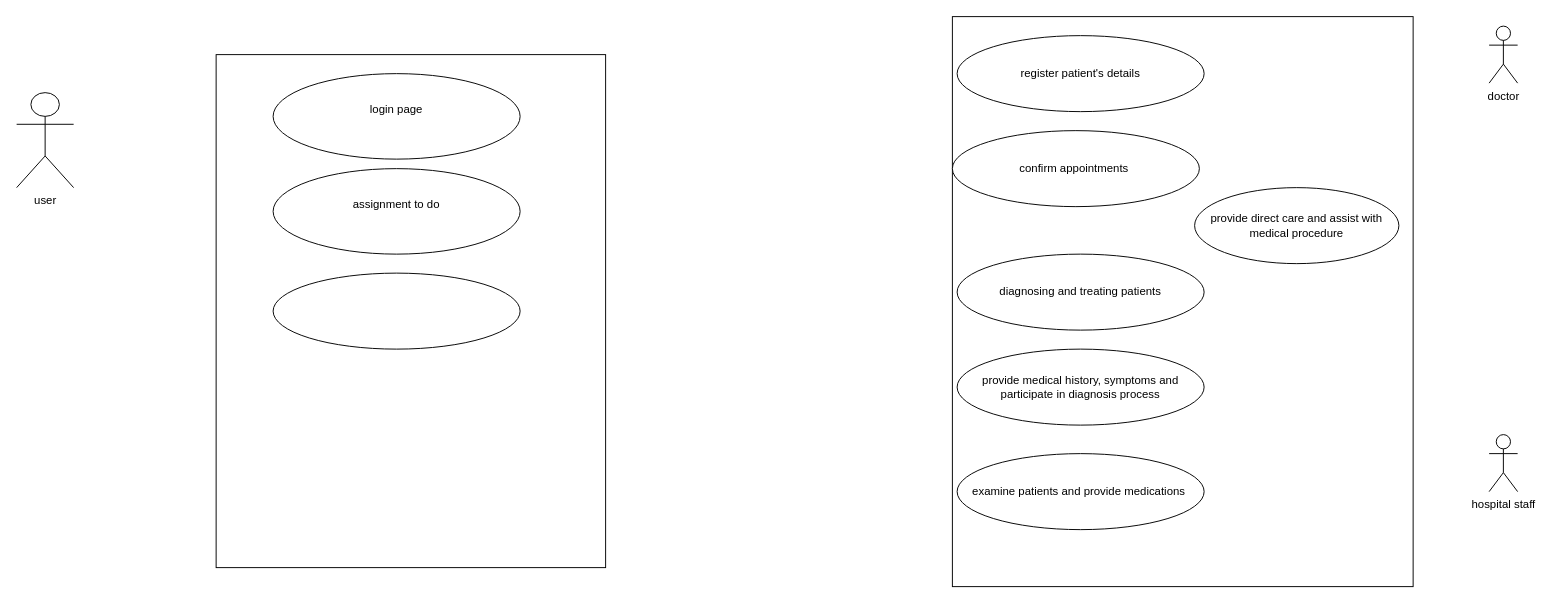
Before: page "Page-4" (4 of 4) of Untitled Diagram.drawio in sophiyaprasain/System-Moodeling, a draw.io diagram. Source tidied: cells renumbered, new cells numbered last; positions are measured from the earlier drawing's top-left corner, leaving out a move shared by most shapes. Both pictures are drawn from the tidied source at 95%, with x=0, y=0 at pixel (16, 16).
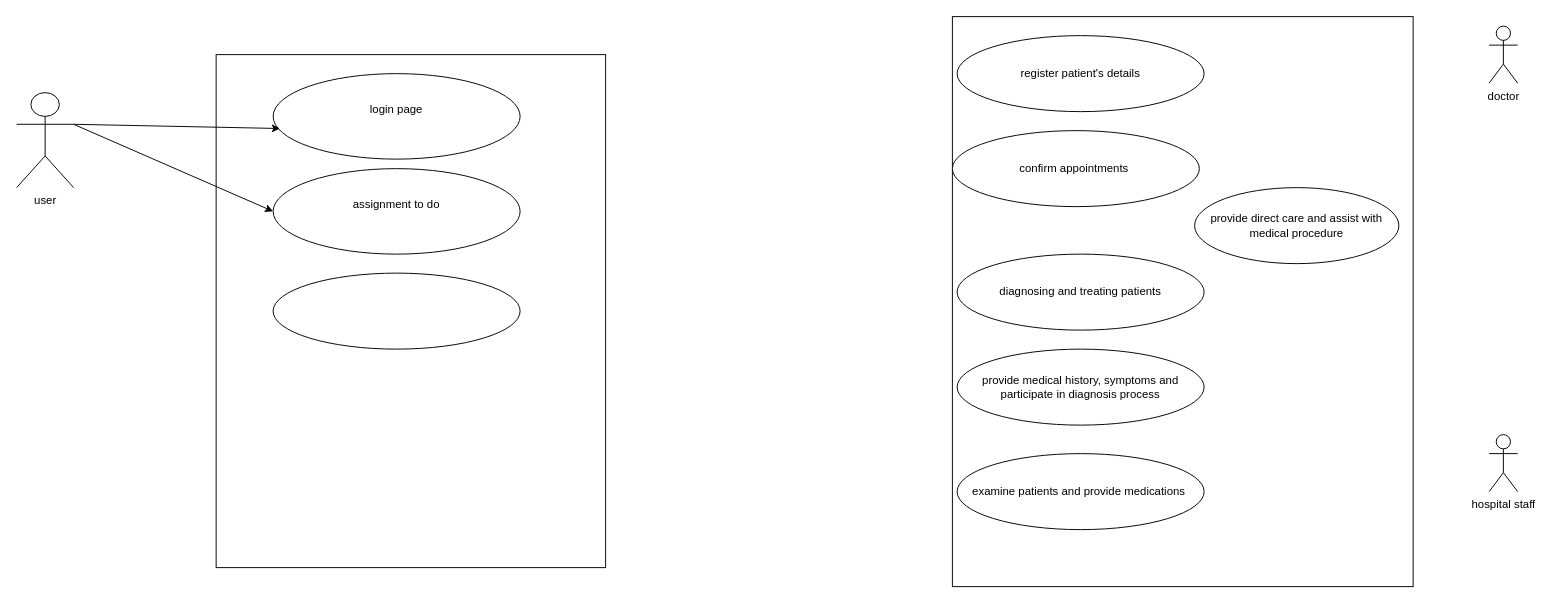
The same diagram, later.

Diff of the diagram source:
```diff
@@
 <mxGraphModel>
   <root>
     <mxCell id="0" />
     <mxCell id="1" parent="0" />
     <mxCell id="2" style="rounded=0;whiteSpace=wrap;html=1;" parent="1" vertex="1">
       <mxGeometry x="985" width="485" height="600" as="geometry" />
     </mxCell>
     <mxCell id="3" value="register patient's details" style="ellipse;whiteSpace=wrap;html=1;" parent="1" vertex="1">
       <mxGeometry x="990" y="20" width="260" height="80" as="geometry" />
     </mxCell>
     <mxCell id="4" value="confirm appointments&amp;nbsp;" style="ellipse;whiteSpace=wrap;html=1;" parent="1" vertex="1">
       <mxGeometry x="985" y="120" width="260" height="80" as="geometry" />
     </mxCell>
     <mxCell id="5" value="user" style="shape=umlActor;verticalLabelPosition=bottom;verticalAlign=top;html=1;outlineConnect=0;" parent="1" vertex="1">
       <mxGeometry y="80" width="60" height="100" as="geometry" />
     </mxCell>
     <mxCell id="6" value="doctor" style="shape=umlActor;verticalLabelPosition=bottom;verticalAlign=top;html=1;" parent="1" vertex="1">
       <mxGeometry x="1550" y="10" width="30" height="60" as="geometry" />
     </mxCell>
     <mxCell id="7" value="hospital staff" style="shape=umlActor;verticalLabelPosition=bottom;verticalAlign=top;html=1;" parent="1" vertex="1">
       <mxGeometry x="1550" y="440" width="30" height="60" as="geometry" />
     </mxCell>
     <mxCell id="8" value="diagnosing and treating patients" style="ellipse;whiteSpace=wrap;html=1;" parent="1" vertex="1">
       <mxGeometry x="990" y="250" width="260" height="80" as="geometry" />
     </mxCell>
     <mxCell id="9" value="provide medical history, symptoms and participate in diagnosis process" style="ellipse;whiteSpace=wrap;html=1;" parent="1" vertex="1">
       <mxGeometry x="990" y="350" width="260" height="80" as="geometry" />
     </mxCell>
     <mxCell id="10" value="examine patients and provide medications&amp;nbsp;" style="ellipse;whiteSpace=wrap;html=1;" parent="1" vertex="1">
       <mxGeometry x="990" y="460" width="260" height="80" as="geometry" />
     </mxCell>
     <mxCell id="11" value="provide direct care and assist with medical procedure" style="ellipse;whiteSpace=wrap;html=1;" parent="1" vertex="1">
       <mxGeometry x="1240" y="180" width="215" height="80" as="geometry" />
     </mxCell>
     <mxCell id="12" style="rounded=0;whiteSpace=wrap;html=1;" parent="1" vertex="1">
       <mxGeometry x="210" y="40" width="410" height="540" as="geometry" />
     </mxCell>
     <mxCell id="13" value="login page&lt;div&gt;&lt;br&gt;&lt;/div&gt;" style="ellipse;whiteSpace=wrap;html=1;" parent="1" vertex="1">
       <mxGeometry x="270" y="60" width="260" height="90" as="geometry" />
     </mxCell>
     <mxCell id="14" value="assignment to do&lt;div&gt;&lt;br&gt;&lt;/div&gt;" style="ellipse;whiteSpace=wrap;html=1;" parent="1" vertex="1">
       <mxGeometry x="270" y="160" width="260" height="90" as="geometry" />
     </mxCell>
     <mxCell id="15" style="ellipse;whiteSpace=wrap;html=1;" parent="1" vertex="1">
       <mxGeometry x="270" y="270" width="260" height="80" as="geometry" />
     </mxCell>
+    <mxCell id="16" style="endArrow=classic;html=1;rounded=0;exitX=1;exitY=0.3333333333333333;exitDx=0;exitDy=0;exitPerimeter=0;entryX=0.028;entryY=0.642;entryDx=0;entryDy=0;entryPerimeter=0;" parent="1" edge="1" source="5" target="13">
+      <mxGeometry relative="1" as="geometry" />
+    </mxCell>
+    <mxCell id="17" style="endArrow=classic;html=1;rounded=0;entryX=0;entryY=0.5;entryDx=0;entryDy=0;exitX=1;exitY=0.3333333333333333;exitDx=0;exitDy=0;exitPerimeter=0;" parent="1" edge="1" source="5" target="14">
+      <mxGeometry relative="1" as="geometry" />
+    </mxCell>
   </root>
 </mxGraphModel>
```
